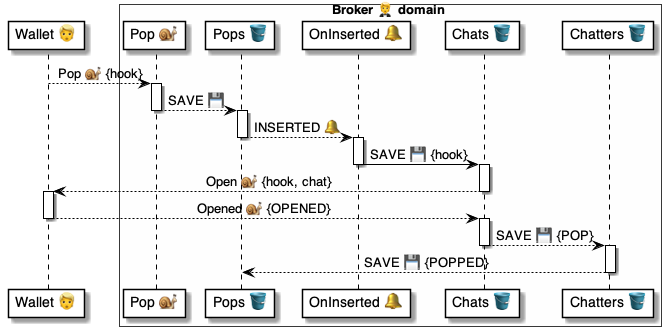
Before: 4 ⚙️ Solution/20 🧑‍🦰 UI/Brokers 🤵/🤵🪣 Broker tables/Pops 🎈 table/🪣🧱 12 Pop 🔔 event/🤵 OnPopInserted ⚙️ uml.png, a diagram exported from PlantUML (pollyweb-org/pollyweb-docs). Its source is kept beside it as 4 ⚙️ Solution/20 🧑‍🦰 UI/Brokers 🤵/🤵🪣 Broker tables/Pops 🎈 table/🪣🧱 12 Pop 🔔 event/🤵 OnPopInserted ⚙️ uml.puml. The source it was exported from:
```plantuml
@startuml OnPopInserted

participant "Wallet 👱" as wallet
box Broker 🤵 domain #FFFFFA
    participant "Pop 🐌" as pop
    participant "Pops 🪣" as pops
    participant "OnInserted 🔔" as popped
    participant "Chats 🪣" as chats
    participant "Chatters 🪣" as chatters
end box


wallet --> pop: Pop 🐌 {hook}

activate pop
    pop --> pops: SAVE 💾
deactivate pop

activate pops
    pops --> popped: INSERTED 🔔
deactivate pops

activate popped
    popped -> chats: SAVE 💾 {hook}
deactivate popped

activate chats
    chats --> wallet: Open 🐌 {hook, chat}
deactivate chats

activate wallet
    wallet --> chats: Opened 🐌 {OPENED}
deactivate wallet

activate chats
    chats --> chatters: SAVE 💾 {POP}
deactivate chats

activate chatters
    chatters --> pops: SAVE 💾 {POPPED}
deactivate chatters

@enduml
```
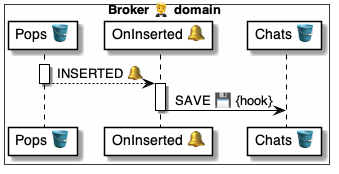
The same diagram one commit later.

What changed in the source:
```diff
@@ -1,20 +1,10 @@
 @startuml OnPopInserted
 
-participant "Wallet 👱" as wallet
 box Broker 🤵 domain #FFFFFA
-    participant "Pop 🐌" as pop
     participant "Pops 🪣" as pops
     participant "OnInserted 🔔" as popped
     participant "Chats 🪣" as chats
-    participant "Chatters 🪣" as chatters
 end box
-
-
-wallet --> pop: Pop 🐌 {hook}
-
-activate pop
-    pop --> pops: SAVE 💾
-deactivate pop
 
 activate pops
     pops --> popped: INSERTED 🔔
@@ -24,20 +14,7 @@
     popped -> chats: SAVE 💾 {hook}
 deactivate popped
 
-activate chats
-    chats --> wallet: Open 🐌 {hook, chat}
-deactivate chats
 
-activate wallet
-    wallet --> chats: Opened 🐌 {OPENED}
-deactivate wallet
 
-activate chats
-    chats --> chatters: SAVE 💾 {POP}
-deactivate chats
-
-activate chatters
-    chatters --> pops: SAVE 💾 {POPPED}
-deactivate chatters
 
 @enduml
```
